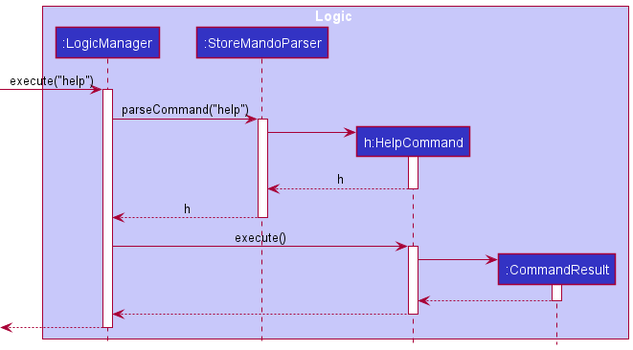
Earlier version of the PlantUML export docs/images/HelpSequenceDiagram.png (nus-cs2103-AY2021S2/tp). Source of this version:
```plantuml
@startuml
!include style.puml

box Logic LOGIC_COLOR_T1
participant ":LogicManager" as LogicManager LOGIC_COLOR
participant ":StoreMandoParser" as StoreMandoParser LOGIC_COLOR
participant "h:HelpCommand" as HelpCommand LOGIC_COLOR
participant ":CommandResult" as CommandResult LOGIC_COLOR
end box

[-> LogicManager : execute("help")
activate LogicManager

LogicManager -> StoreMandoParser : parseCommand("help")
activate StoreMandoParser

create HelpCommand
StoreMandoParser -> HelpCommand
activate HelpCommand

HelpCommand --> StoreMandoParser : h
deactivate HelpCommand

StoreMandoParser --> LogicManager : h
deactivate StoreMandoParser

LogicManager -> HelpCommand : execute()
activate HelpCommand

create CommandResult
HelpCommand -> CommandResult
activate CommandResult

CommandResult --> HelpCommand
deactivate CommandResult

HelpCommand --> LogicManager
deactivate HelpCommand

[<--LogicManager
deactivate LogicManager

@enduml
```
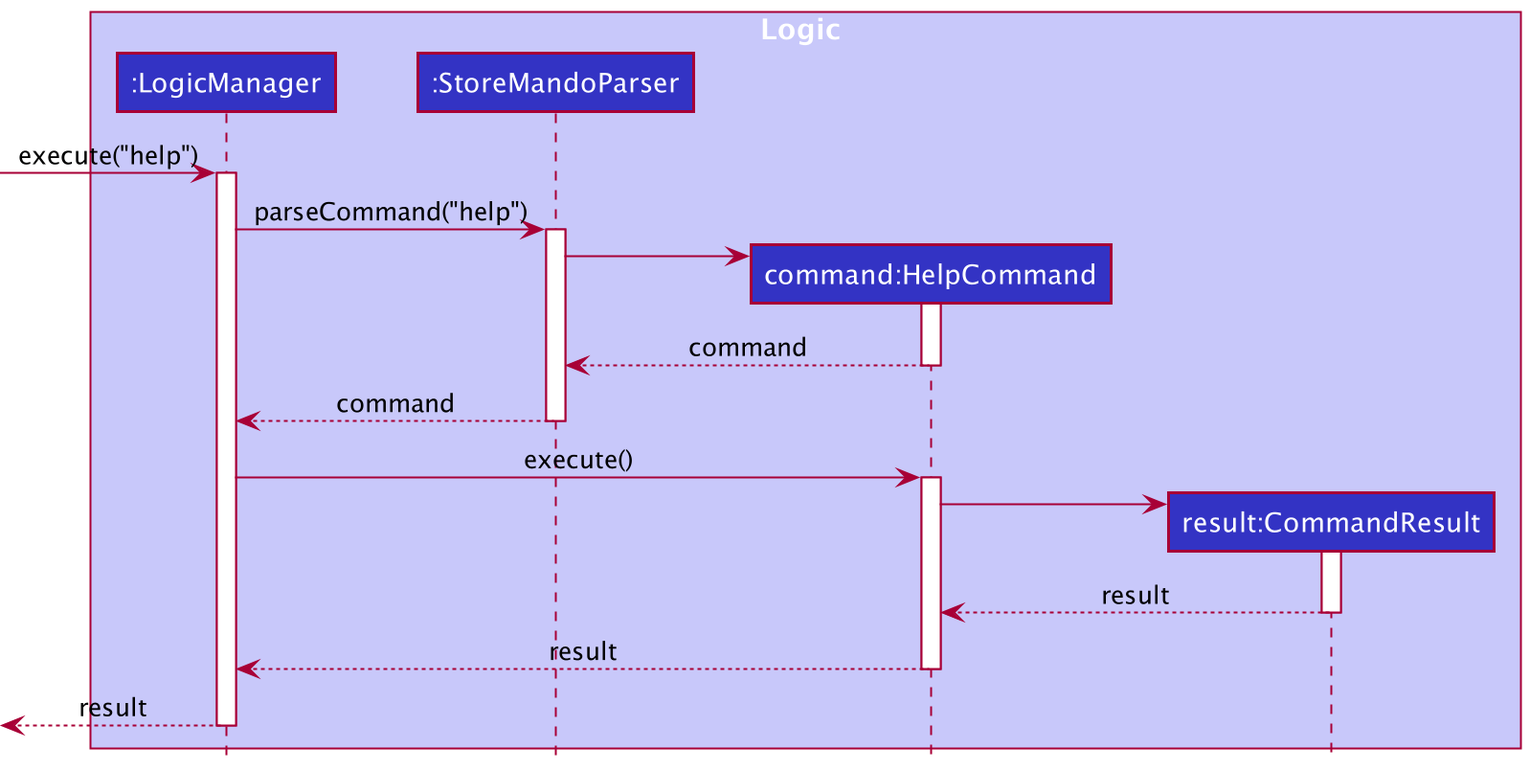
The same diagram one commit later.

Commit message:
edit sequence diagram and png files

Change to the diagram source:
```diff
@@ -4,8 +4,8 @@
 box Logic LOGIC_COLOR_T1
 participant ":LogicManager" as LogicManager LOGIC_COLOR
 participant ":StoreMandoParser" as StoreMandoParser LOGIC_COLOR
-participant "h:HelpCommand" as HelpCommand LOGIC_COLOR
-participant ":CommandResult" as CommandResult LOGIC_COLOR
+participant "command:HelpCommand" as HelpCommand LOGIC_COLOR
+participant "result:CommandResult" as CommandResult LOGIC_COLOR
 end box
 
 [-> LogicManager : execute("help")
@@ -18,10 +18,10 @@
 StoreMandoParser -> HelpCommand
 activate HelpCommand
 
-HelpCommand --> StoreMandoParser : h
+HelpCommand --> StoreMandoParser : command
 deactivate HelpCommand
 
-StoreMandoParser --> LogicManager : h
+StoreMandoParser --> LogicManager : command
 deactivate StoreMandoParser
 
 LogicManager -> HelpCommand : execute()
@@ -31,13 +31,13 @@
 HelpCommand -> CommandResult
 activate CommandResult
 
-CommandResult --> HelpCommand
+CommandResult --> HelpCommand : result
 deactivate CommandResult
 
-HelpCommand --> LogicManager
+HelpCommand --> LogicManager : result
 deactivate HelpCommand
 
-[<--LogicManager
+[<--LogicManager : result
 deactivate LogicManager
 
 @enduml
```
